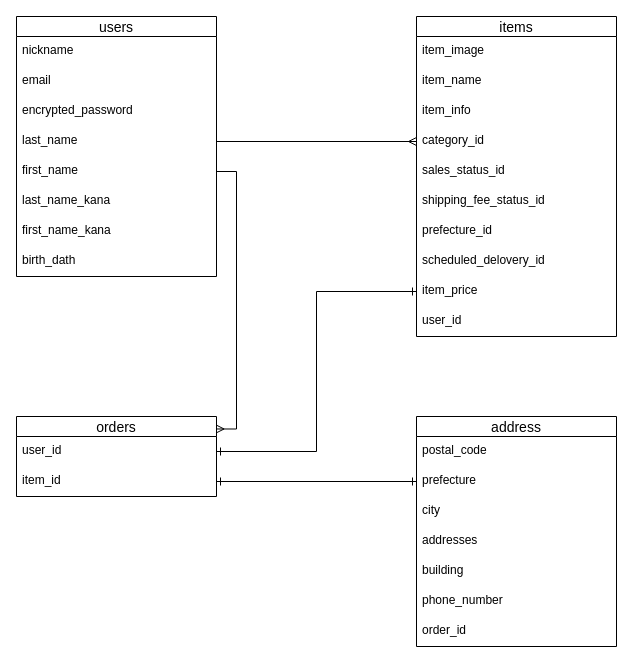
itokoji/furima-32615 keeps this draw.io diagram as page "Page-1" (1 of 2) of app/furima.dio. Above is the earlier version. Source tidied: cells renumbered, new cells numbered last; positions are measured from the earlier drawing's top-left corner, leaving out a move shared by most shapes. Both pictures are drawn from the tidied source at 100%, with x=0, y=0 at pixel (16, 16).
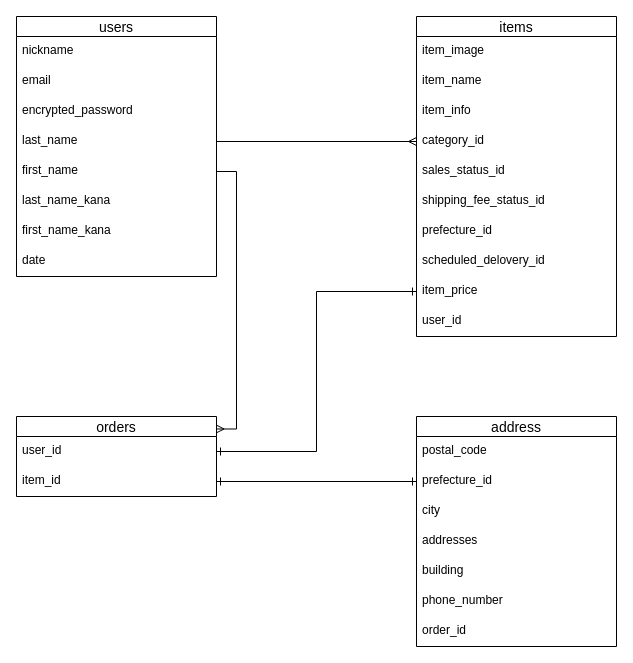
Above is the later version.

The change refers to these unchanged cells:
```xml
<mxCell id="13" value="users" style="swimlane;fontStyle=0;horizontal=1;startSize=20;align=center;fontSize=14;" parent="1" vertex="1">
  <mxGeometry width="200" height="260" as="geometry" />
</mxCell>
<mxCell id="22" value="address" style="swimlane;fontStyle=0;horizontal=1;startSize=20;align=center;fontSize=14;" parent="1" vertex="1">
  <mxGeometry x="400" y="400" width="200" height="230" as="geometry" />
</mxCell>
```

Diff of the diagram source:
```diff
@@
-    <mxCell id="21" value="birth_dath" style="text;strokeColor=none;fillColor=none;spacingLeft=4;spacingRight=4;overflow=hidden;fontSize=12;" parent="13" vertex="1">
+    <mxCell id="21" value="date" style="text;strokeColor=none;fillColor=none;spacingLeft=4;spacingRight=4;overflow=hidden;fontSize=12;" parent="13" vertex="1">
       <mxGeometry y="230" width="200" height="30" as="geometry" />
     </mxCell>
@@
-    <mxCell id="24" value="prefecture" style="text;strokeColor=none;fillColor=none;spacingLeft=4;spacingRight=4;overflow=hidden;points=[[0,0.5],[1,0.5]];portConstraint=eastwest;fontSize=12;" parent="22" vertex="1">
+    <mxCell id="24" value="prefecture_id" style="text;strokeColor=none;fillColor=none;spacingLeft=4;spacingRight=4;overflow=hidden;points=[[0,0.5],[1,0.5]];portConstraint=eastwest;fontSize=12;" parent="22" vertex="1">
       <mxGeometry y="50" width="200" height="30" as="geometry" />
     </mxCell>
```
